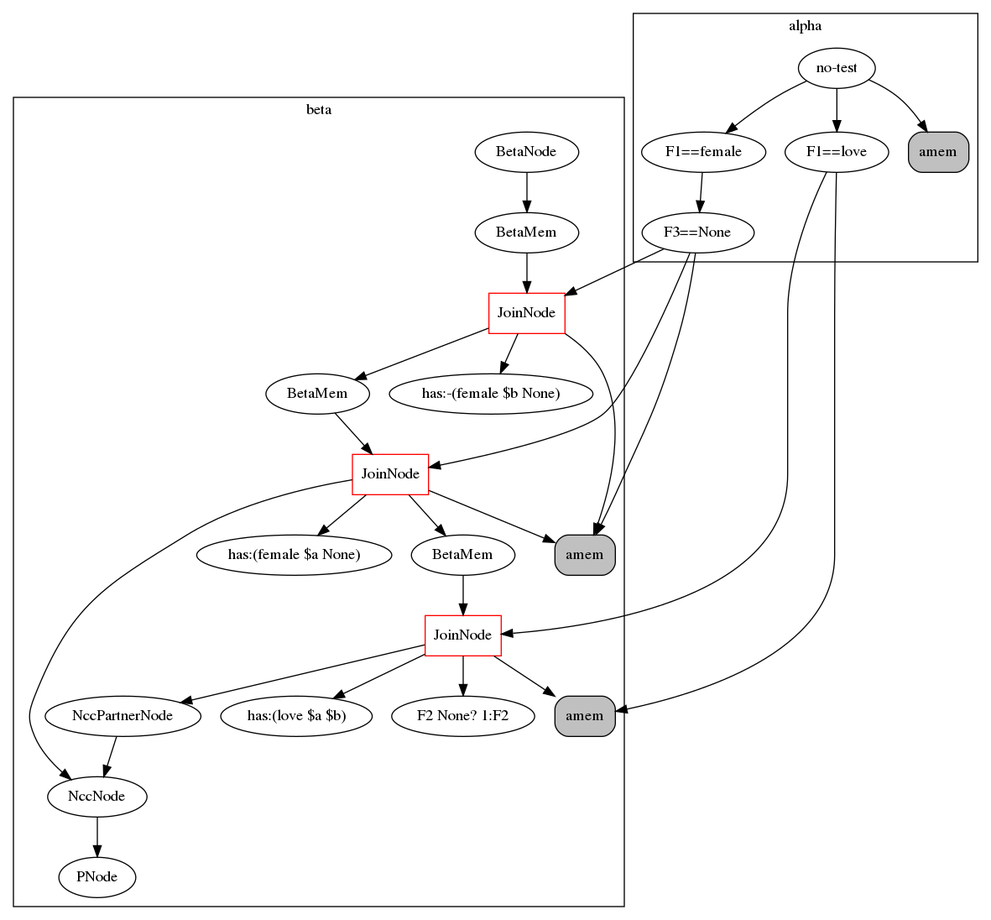
The Graphviz diagram rete.png in Cybernetic1/GIRL, before a commit. Its source is kept beside it as rete.dot. Its diagram source:
```dot
digraph {
	subgraph cluster_1 {
	label = beta
	"BetaNode 140634636308040" [label="BetaNode"];
	"BetaNode 140634636308040" -> "BetaMemory 140634636422840";
	"BetaMemory 140634636422840" [label="BetaMem"];
	"BetaMemory 140634636422840" -> "JoinNode 140634636423120";
	"JoinNode 140634636423120" [shape=box, color=red, label="JoinNode"];
	"JoinNode 140634636423120" -> "amem:<rete.alpha.AlphaMemory object at 0x7fe80d8c0f98>"
	"JoinNode 140634636423120" -> "has:-(female $b None)"
	"JoinNode 140634636423120" -> "BetaMemory 140634636464200";
	"BetaMemory 140634636464200" [label="BetaMem"];
	"BetaMemory 140634636464200" -> "JoinNode 140634636464256";
	"JoinNode 140634636464256" [shape=box, color=red, label="JoinNode"];
	"JoinNode 140634636464256" -> "amem:<rete.alpha.AlphaMemory object at 0x7fe80d8c0f98>"
	"JoinNode 140634636464256" -> "has:(female $a None)"
	"JoinNode 140634636464256" -> "BetaMemory 140634636464368";
	"BetaMemory 140634636464368" [label="BetaMem"];
	"BetaMemory 140634636464368" -> "JoinNode 140634636464592";
	"JoinNode 140634636464592" [shape=box, color=red, label="JoinNode"];
	"JoinNode 140634636464592" -> "amem:<rete.alpha.AlphaMemory object at 0x7fe80d8cb160>"
	"JoinNode 140634636464592" -> "has:(love $a $b)"
	"JoinNode 140634636464592" -> "F2 None? 1:F2"
	"JoinNode 140634636464592" -> "<rete.ncc_node.NccPartnerNode object at 0x7fe80d8cb208>";
	"<rete.ncc_node.NccPartnerNode object at 0x7fe80d8cb208>" [label="NccPartnerNode"];
	"<rete.ncc_node.NccPartnerNode object at 0x7fe80d8cb208>" -> "<rete.ncc_node.NccNode object at 0x7fe80d8cb0b8>";
	"JoinNode 140634636464256" -> "<rete.ncc_node.NccNode object at 0x7fe80d8cb0b8>";
	"<rete.ncc_node.NccNode object at 0x7fe80d8cb0b8>" [label="NccNode"];
	"<rete.ncc_node.NccNode object at 0x7fe80d8cb0b8>" -> "PNode 140634636422784";
	"PNode 140634636422784" [label="PNode"];
	}
	subgraph cluster_0 {
	label = alpha
	"no-test" -> "F1==female";
	"F1==female" -> "F3==None";
	"F3==None" -> "amem:<rete.alpha.AlphaMemory object at 0x7fe80d8c0f98>";
	"amem:<rete.alpha.AlphaMemory object at 0x7fe80d8c0f98>" [shape=box, style="rounded,filled", label="amem", fillcolor=gray];
	"no-test" -> "F1==love";
	"F1==love" -> "amem:<rete.alpha.AlphaMemory object at 0x7fe80d8cb160>";
	"amem:<rete.alpha.AlphaMemory object at 0x7fe80d8cb160>" [shape=box, style="rounded,filled", label="amem", fillcolor=gray];
	"no-test" -> "amem:<rete.alpha.AlphaMemory object at 0x7fe80d8a4d68>";
	"amem:<rete.alpha.AlphaMemory object at 0x7fe80d8a4d68>" [shape=box, style="rounded,filled", label="amem", fillcolor=gray];
	}
	"F3==None" -> "JoinNode 140634636423120";
	"F3==None" -> "JoinNode 140634636464256";
	"F1==love" -> "JoinNode 140634636464592";
}
```
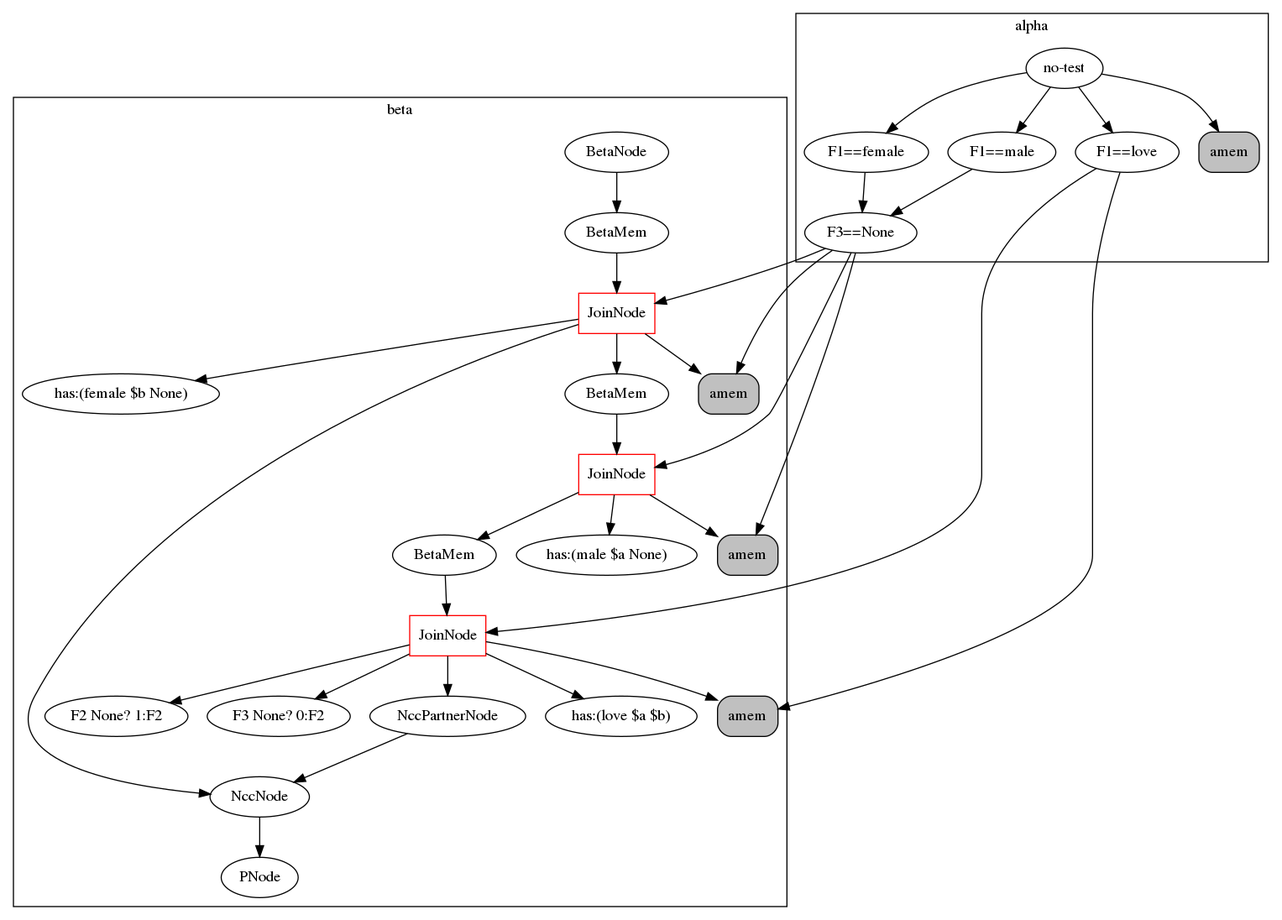
Above is the later version.

What changed in the source:
```diff
@@ -1,47 +1,52 @@
 digraph {
 	subgraph cluster_1 {
 	label = beta
-	"BetaNode 140634636308040" [label="BetaNode"];
-	"BetaNode 140634636308040" -> "BetaMemory 140634636422840";
-	"BetaMemory 140634636422840" [label="BetaMem"];
-	"BetaMemory 140634636422840" -> "JoinNode 140634636423120";
-	"JoinNode 140634636423120" [shape=box, color=red, label="JoinNode"];
-	"JoinNode 140634636423120" -> "amem:<rete.alpha.AlphaMemory object at 0x7fe80d8c0f98>"
-	"JoinNode 140634636423120" -> "has:-(female $b None)"
-	"JoinNode 140634636423120" -> "BetaMemory 140634636464200";
-	"BetaMemory 140634636464200" [label="BetaMem"];
-	"BetaMemory 140634636464200" -> "JoinNode 140634636464256";
-	"JoinNode 140634636464256" [shape=box, color=red, label="JoinNode"];
-	"JoinNode 140634636464256" -> "amem:<rete.alpha.AlphaMemory object at 0x7fe80d8c0f98>"
-	"JoinNode 140634636464256" -> "has:(female $a None)"
-	"JoinNode 140634636464256" -> "BetaMemory 140634636464368";
-	"BetaMemory 140634636464368" [label="BetaMem"];
-	"BetaMemory 140634636464368" -> "JoinNode 140634636464592";
-	"JoinNode 140634636464592" [shape=box, color=red, label="JoinNode"];
-	"JoinNode 140634636464592" -> "amem:<rete.alpha.AlphaMemory object at 0x7fe80d8cb160>"
-	"JoinNode 140634636464592" -> "has:(love $a $b)"
-	"JoinNode 140634636464592" -> "F2 None? 1:F2"
-	"JoinNode 140634636464592" -> "<rete.ncc_node.NccPartnerNode object at 0x7fe80d8cb208>";
-	"<rete.ncc_node.NccPartnerNode object at 0x7fe80d8cb208>" [label="NccPartnerNode"];
-	"<rete.ncc_node.NccPartnerNode object at 0x7fe80d8cb208>" -> "<rete.ncc_node.NccNode object at 0x7fe80d8cb0b8>";
-	"JoinNode 140634636464256" -> "<rete.ncc_node.NccNode object at 0x7fe80d8cb0b8>";
-	"<rete.ncc_node.NccNode object at 0x7fe80d8cb0b8>" [label="NccNode"];
-	"<rete.ncc_node.NccNode object at 0x7fe80d8cb0b8>" -> "PNode 140634636422784";
-	"PNode 140634636422784" [label="PNode"];
+	"BetaNode 139689726815816" [label="BetaNode"];
+	"BetaNode 139689726815816" -> "BetaMemory 139689726934320";
+	"BetaMemory 139689726934320" [label="BetaMem"];
+	"BetaMemory 139689726934320" -> "JoinNode 139689726934600";
+	"JoinNode 139689726934600" [shape=box, color=red, label="JoinNode"];
+	"JoinNode 139689726934600" -> "amem:<rete.alpha.AlphaMemory object at 0x7f0c0c8d7e10>"
+	"JoinNode 139689726934600" -> "has:(female $b None)"
+	"JoinNode 139689726934600" -> "BetaMemory 139689726934712";
+	"BetaMemory 139689726934712" [label="BetaMem"];
+	"BetaMemory 139689726934712" -> "JoinNode 139689726934936";
+	"JoinNode 139689726934936" [shape=box, color=red, label="JoinNode"];
+	"JoinNode 139689726934936" -> "amem:<rete.alpha.AlphaMemory object at 0x7f0c0c8d7f60>"
+	"JoinNode 139689726934936" -> "has:(male $a None)"
+	"JoinNode 139689726934936" -> "BetaMemory 139689726934992";
+	"BetaMemory 139689726934992" [label="BetaMem"];
+	"BetaMemory 139689726934992" -> "JoinNode 139689726980392";
+	"JoinNode 139689726980392" [shape=box, color=red, label="JoinNode"];
+	"JoinNode 139689726980392" -> "amem:<rete.alpha.AlphaMemory object at 0x7f0c0c8e3080>"
+	"JoinNode 139689726980392" -> "has:(love $a $b)"
+	"JoinNode 139689726980392" -> "F2 None? 1:F2"
+	"JoinNode 139689726980392" -> "F3 None? 0:F2"
+	"JoinNode 139689726980392" -> "<rete.ncc_node.NccPartnerNode object at 0x7f0c0c8e3160>";
+	"<rete.ncc_node.NccPartnerNode object at 0x7f0c0c8e3160>" [label="NccPartnerNode"];
+	"<rete.ncc_node.NccPartnerNode object at 0x7f0c0c8e3160>" -> "<rete.ncc_node.NccNode object at 0x7f0c0c8d7e80>";
+	"JoinNode 139689726934600" -> "<rete.ncc_node.NccNode object at 0x7f0c0c8d7e80>";
+	"<rete.ncc_node.NccNode object at 0x7f0c0c8d7e80>" [label="NccNode"];
+	"<rete.ncc_node.NccNode object at 0x7f0c0c8d7e80>" -> "PNode 139689726934264";
+	"PNode 139689726934264" [label="PNode"];
 	}
 	subgraph cluster_0 {
 	label = alpha
 	"no-test" -> "F1==female";
 	"F1==female" -> "F3==None";
-	"F3==None" -> "amem:<rete.alpha.AlphaMemory object at 0x7fe80d8c0f98>";
-	"amem:<rete.alpha.AlphaMemory object at 0x7fe80d8c0f98>" [shape=box, style="rounded,filled", label="amem", fillcolor=gray];
+	"F3==None" -> "amem:<rete.alpha.AlphaMemory object at 0x7f0c0c8d7e10>";
+	"amem:<rete.alpha.AlphaMemory object at 0x7f0c0c8d7e10>" [shape=box, style="rounded,filled", label="amem", fillcolor=gray];
+	"no-test" -> "F1==male";
+	"F1==male" -> "F3==None";
+	"F3==None" -> "amem:<rete.alpha.AlphaMemory object at 0x7f0c0c8d7f60>";
+	"amem:<rete.alpha.AlphaMemory object at 0x7f0c0c8d7f60>" [shape=box, style="rounded,filled", label="amem", fillcolor=gray];
 	"no-test" -> "F1==love";
-	"F1==love" -> "amem:<rete.alpha.AlphaMemory object at 0x7fe80d8cb160>";
-	"amem:<rete.alpha.AlphaMemory object at 0x7fe80d8cb160>" [shape=box, style="rounded,filled", label="amem", fillcolor=gray];
-	"no-test" -> "amem:<rete.alpha.AlphaMemory object at 0x7fe80d8a4d68>";
-	"amem:<rete.alpha.AlphaMemory object at 0x7fe80d8a4d68>" [shape=box, style="rounded,filled", label="amem", fillcolor=gray];
+	"F1==love" -> "amem:<rete.alpha.AlphaMemory object at 0x7f0c0c8e3080>";
+	"amem:<rete.alpha.AlphaMemory object at 0x7f0c0c8e3080>" [shape=box, style="rounded,filled", label="amem", fillcolor=gray];
+	"no-test" -> "amem:<rete.alpha.AlphaMemory object at 0x7f0c0c8bacc0>";
+	"amem:<rete.alpha.AlphaMemory object at 0x7f0c0c8bacc0>" [shape=box, style="rounded,filled", label="amem", fillcolor=gray];
 	}
-	"F3==None" -> "JoinNode 140634636423120";
-	"F3==None" -> "JoinNode 140634636464256";
-	"F1==love" -> "JoinNode 140634636464592";
+	"F3==None" -> "JoinNode 139689726934600";
+	"F3==None" -> "JoinNode 139689726934936";
+	"F1==love" -> "JoinNode 139689726980392";
 }
```
